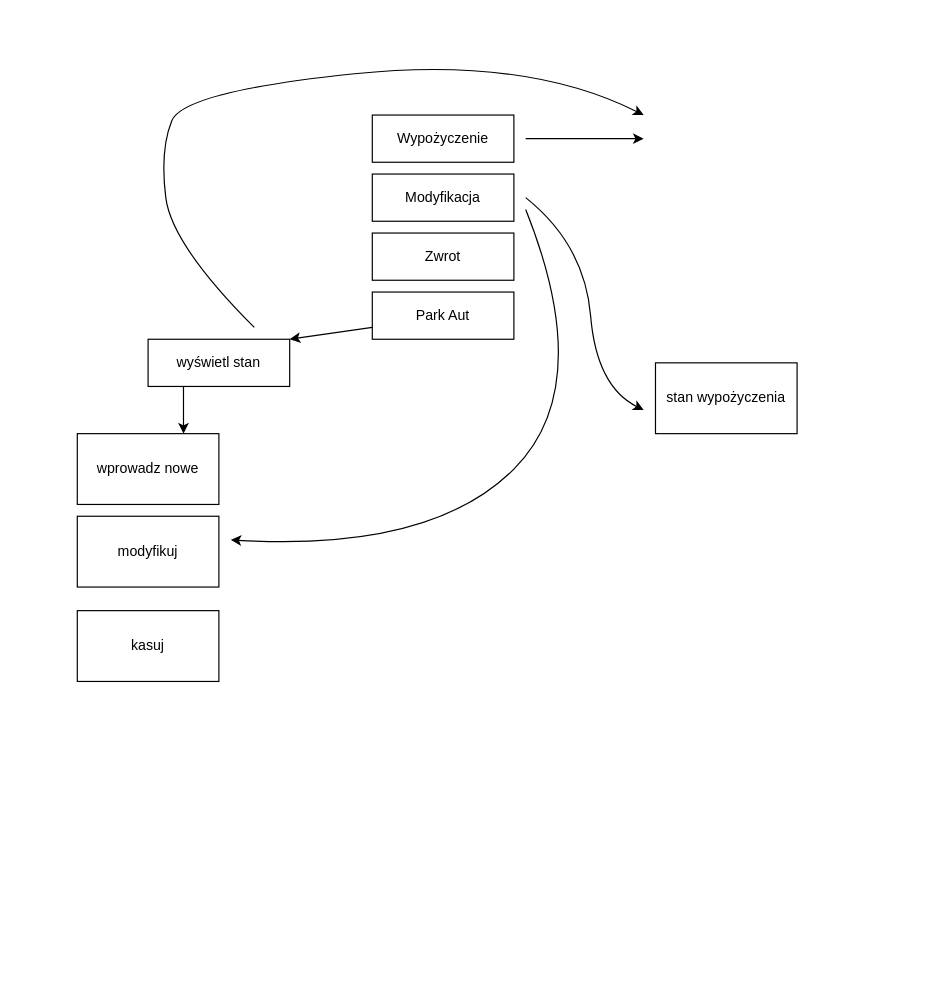
Above: WYpozyczalnia_diagram.drawio in darkhir/project_room_8 (draw.io), before the change. Source tidied: cells renumbered, new cells numbered last; positions are measured from the earlier drawing's top-left corner, leaving out a move shared by most shapes. Both pictures are drawn from the tidied source at 118%, with x=0, y=0 at pixel (77, 55).
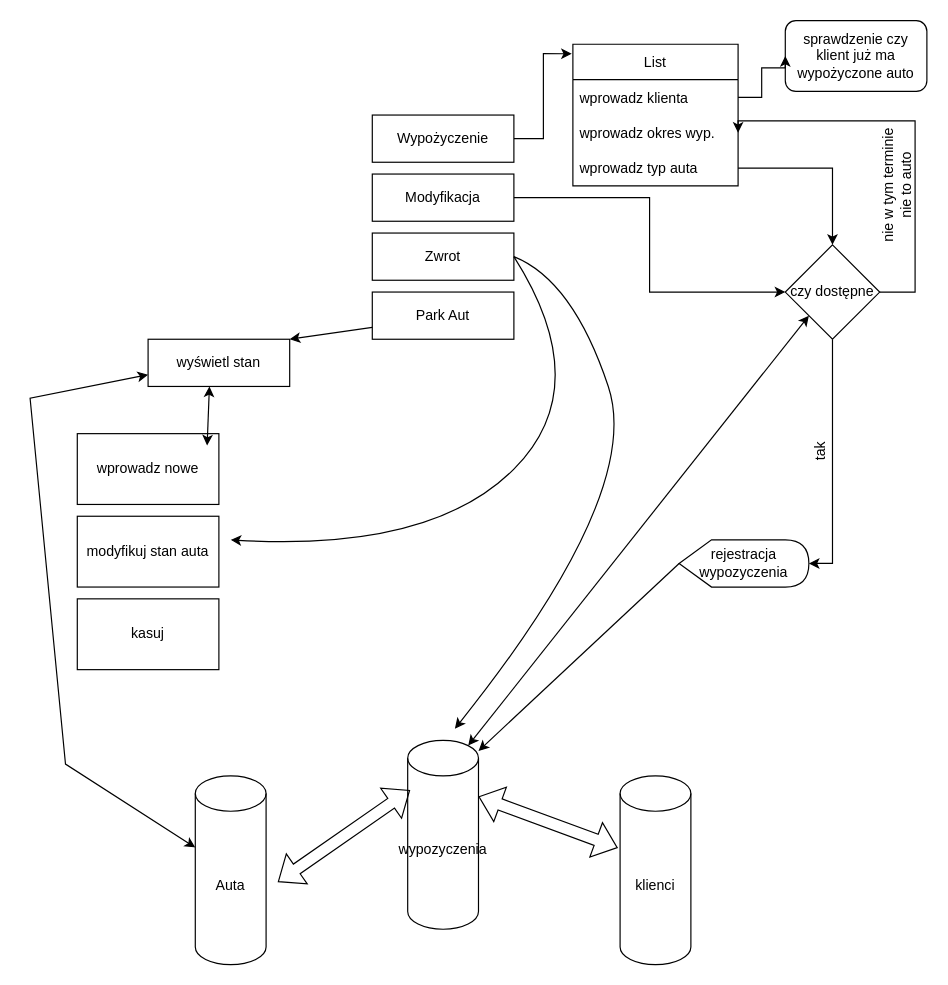
After the change.

Unchanged cells that the change refers to:
```xml
<mxCell id="2" value="Wypożyczenie" style="rounded=0;whiteSpace=wrap;html=1;" parent="1" vertex="1">
  <mxGeometry x="250" y="50" width="120" height="40" as="geometry" />
</mxCell>
<mxCell id="3" value="Modyfikacja" style="rounded=0;whiteSpace=wrap;html=1;" parent="1" vertex="1">
  <mxGeometry x="250" y="100" width="120" height="40" as="geometry" />
</mxCell>
<mxCell id="4" value="Zwrot" style="rounded=0;whiteSpace=wrap;html=1;" parent="1" vertex="1">
  <mxGeometry x="250" y="150" width="120" height="40" as="geometry" />
</mxCell>
<mxCell id="7" value="wyświetl stan" style="rounded=0;whiteSpace=wrap;html=1;" parent="1" vertex="1">
  <mxGeometry x="60" y="240" width="120" height="40" as="geometry" />
</mxCell>
<mxCell id="8" value="wprowadz nowe" style="rounded=0;whiteSpace=wrap;html=1;" parent="1" vertex="1">
  <mxGeometry y="320" width="120" height="60" as="geometry" />
</mxCell>
```

The edit, as a diff of the source:
```diff
@@
+    <mxCell id="17" style="edgeStyle=orthogonalEdgeStyle;rounded=0;jettySize=auto;html=1;exitX=1;exitY=0.5;exitDx=0;exitDy=0;entryX=-0.007;entryY=0.067;entryDx=0;entryDy=0;entryPerimeter=0;" parent="1" edge="1" source="2" target="22">
+      <mxGeometry relative="1" as="geometry" />
+    </mxCell>
@@
+    <mxCell id="18" style="edgeStyle=orthogonalEdgeStyle;rounded=0;jettySize=auto;html=1;exitX=1;exitY=0.5;exitDx=0;exitDy=0;entryX=0;entryY=0.5;entryDx=0;entryDy=0;" parent="1" edge="1" source="3" target="29">
+      <mxGeometry relative="1" as="geometry" />
+    </mxCell>
@@
-    <mxCell id="6" style="endArrow=classic;html=1;rounded=0;" parent="1" edge="1">
-      <mxGeometry relative="1" as="geometry">
-        <mxPoint x="380" y="70" as="sourcePoint" />
-        <mxPoint x="480" y="70" as="targetPoint" />
-      </mxGeometry>
-    </mxCell>
@@
-    <mxCell id="9" value="modyfikuj" style="rounded=0;whiteSpace=wrap;html=1;" parent="1" vertex="1">
+    <mxCell id="9" value="modyfikuj stan auta" style="rounded=0;whiteSpace=wrap;html=1;" parent="1" vertex="1">
       <mxGeometry y="390" width="120" height="60" as="geometry" />
     </mxCell>
     <mxCell id="10" value="kasuj" style="rounded=0;whiteSpace=wrap;html=1;" parent="1" vertex="1">
-      <mxGeometry y="470" width="120" height="60" as="geometry" />
+      <mxGeometry y="460" width="120" height="60" as="geometry" />
     </mxCell>
@@
-    <mxCell id="12" style="endArrow=classic;html=1;rounded=0;entryX=0.75;entryY=0;entryDx=0;entryDy=0;exitX=0.25;exitY=1;exitDx=0;exitDy=0;" parent="1" edge="1" source="7" target="8">
-      <mxGeometry relative="1" as="geometry" />
-    </mxCell>
-    <mxCell id="13" style="curved=1;endArrow=classic;html=1;rounded=0;" parent="1" edge="1">
-      <mxGeometry relative="1" as="geometry">
-        <mxPoint x="150" y="230" as="sourcePoint" />
-        <mxPoint x="480" y="50" as="targetPoint" />
-        <Array as="points">
-          <mxPoint x="80" y="160" />
-          <mxPoint x="70" y="80" />
-          <mxPoint x="90" y="30" />
-          <mxPoint x="380" />
-        </Array>
-      </mxGeometry>
-    </mxCell>
     <mxCell id="14" style="curved=1;endArrow=classic;html=1;rounded=0;" parent="1" edge="1">
       <mxGeometry relative="1" as="geometry">
-        <mxPoint x="380" y="130" as="sourcePoint" />
+        <mxPoint x="370" y="170" as="sourcePoint" />
         <mxPoint x="130" y="410" as="targetPoint" />
         <Array as="points">
           <mxPoint x="440" y="280" />
           <mxPoint x="300" y="420" />
         </Array>
       </mxGeometry>
     </mxCell>
-    <mxCell id="15" value="stan wypożyczenia" style="rounded=0;whiteSpace=wrap;html=1;" parent="1" vertex="1">
-      <mxGeometry x="490" y="260" width="120" height="60" as="geometry" />
-    </mxCell>
-    <mxCell id="16" style="curved=1;endArrow=classic;html=1;rounded=0;" parent="1" edge="1">
-      <mxGeometry relative="1" as="geometry">
-        <mxPoint x="380" y="120" as="sourcePoint" />
-        <mxPoint x="480" y="300" as="targetPoint" />
-        <Array as="points">
-          <mxPoint x="430" y="160" />
-          <mxPoint x="440" y="280" />
-        </Array>
-      </mxGeometry>
-    </mxCell>
+    <mxCell id="19" value="Auta" style="shape=cylinder3;whiteSpace=wrap;html=1;boundedLbl=1;backgroundOutline=1;size=15;" parent="1" vertex="1">
+      <mxGeometry x="100" y="610" width="60" height="160" as="geometry" />
+    </mxCell>
+    <mxCell id="20" value="wypozyczenia" style="shape=cylinder3;whiteSpace=wrap;html=1;boundedLbl=1;backgroundOutline=1;size=15;" parent="1" vertex="1">
+      <mxGeometry x="280" y="580" width="60" height="160" as="geometry" />
+    </mxCell>
+    <mxCell id="21" value="klienci" style="shape=cylinder3;whiteSpace=wrap;html=1;boundedLbl=1;backgroundOutline=1;size=15;" parent="1" vertex="1">
+      <mxGeometry x="460" y="610" width="60" height="160" as="geometry" />
+    </mxCell>
+    <mxCell id="22" value="List" style="swimlane;fontStyle=0;horizontal=1;startSize=30;" parent="1" vertex="1">
+      <mxGeometry x="420" y="-10" width="140" height="120" as="geometry" />
+    </mxCell>
+    <mxCell id="23" value="wprowadz klienta" style="text;strokeColor=none;fillColor=none;align=left;verticalAlign=middle;spacingLeft=4;spacingRight=4;overflow=hidden;" parent="22" vertex="1">
+      <mxGeometry y="30" width="140" height="30" as="geometry" />
+    </mxCell>
+    <mxCell id="24" value="wprowadz okres wyp." style="text;strokeColor=none;fillColor=none;align=left;verticalAlign=middle;spacingLeft=4;spacingRight=4;overflow=hidden;points=[[0,0.5],[1,0.5]];portConstraint=eastwest;" parent="22" vertex="1">
+      <mxGeometry y="60" width="140" height="30" as="geometry" />
+    </mxCell>
+    <mxCell id="25" value="wprowadz typ auta" style="text;strokeColor=none;fillColor=none;align=left;verticalAlign=middle;spacingLeft=4;spacingRight=4;overflow=hidden;points=[[0,0.5],[1,0.5]];portConstraint=eastwest;" parent="22" vertex="1">
+      <mxGeometry y="90" width="140" height="30" as="geometry" />
+    </mxCell>
+    <mxCell id="26" style="edgeStyle=orthogonalEdgeStyle;rounded=0;jettySize=auto;html=1;exitX=1;exitY=0.5;exitDx=0;exitDy=0;entryX=0.5;entryY=0;entryDx=0;entryDy=0;" parent="1" edge="1" source="25" target="29">
+      <mxGeometry relative="1" as="geometry" />
+    </mxCell>
+    <mxCell id="27" style="edgeStyle=orthogonalEdgeStyle;rounded=0;jettySize=auto;html=1;entryX=1;entryY=0.5;entryDx=0;entryDy=0;" parent="1" edge="1" source="29" target="24">
+      <mxGeometry relative="1" as="geometry">
+        <Array as="points">
+          <mxPoint x="710" y="200" />
+          <mxPoint x="710" y="55" />
+        </Array>
+      </mxGeometry>
+    </mxCell>
+    <mxCell id="28" style="edgeStyle=orthogonalEdgeStyle;rounded=0;jettySize=auto;html=1;exitX=0.5;exitY=1;exitDx=0;exitDy=0;entryX=1;entryY=0.5;entryDx=0;entryDy=0;entryPerimeter=0;" parent="1" edge="1" source="29" target="34">
+      <mxGeometry relative="1" as="geometry" />
+    </mxCell>
+    <mxCell id="29" value="czy dostępne" style="rhombus;whiteSpace=wrap;html=1;" parent="1" vertex="1">
+      <mxGeometry x="600" y="160" width="80" height="80" as="geometry" />
+    </mxCell>
+    <mxCell id="30" value="nie w tym terminie&lt;br&gt;nie to auto&lt;br&gt;" style="text;html=1;align=center;verticalAlign=middle;strokeColor=none;fillColor=none;rotation=-90;" parent="1" vertex="1">
+      <mxGeometry x="640" y="95" width="110" height="30" as="geometry" />
+    </mxCell>
+    <mxCell id="31" style="endArrow=classic;startArrow=classic;html=1;rounded=0;exitX=0.855;exitY=0;exitDx=0;exitDy=4.35;exitPerimeter=0;" parent="1" edge="1" source="20">
+      <mxGeometry relative="1" as="geometry">
+        <mxPoint x="620" y="220" as="targetPoint" />
+      </mxGeometry>
+    </mxCell>
+    <mxCell id="32" value="sprawdzenie czy klient już ma&lt;br&gt;wypożyczone auto" style="rounded=1;whiteSpace=wrap;html=1;" parent="1" vertex="1">
+      <mxGeometry x="600" y="-30" width="120" height="60" as="geometry" />
+    </mxCell>
+    <mxCell id="33" style="edgeStyle=orthogonalEdgeStyle;rounded=0;jettySize=auto;html=1;entryX=0;entryY=0.5;entryDx=0;entryDy=0;" parent="1" edge="1" target="32">
+      <mxGeometry relative="1" as="geometry">
+        <mxPoint x="560" y="35" as="sourcePoint" />
+        <Array as="points">
+          <mxPoint x="580" y="35" />
+          <mxPoint x="580" y="10" />
+          <mxPoint x="600" y="10" />
+        </Array>
+      </mxGeometry>
+    </mxCell>
+    <mxCell id="34" value="rejestracja&lt;br&gt;wypozyczenia" style="shape=display;whiteSpace=wrap;html=1;" parent="1" vertex="1">
+      <mxGeometry x="510" y="410" width="110" height="40" as="geometry" />
+    </mxCell>
+    <mxCell id="35" style="endArrow=classic;html=1;rounded=0;entryX=1;entryY=0.056;entryDx=0;entryDy=0;entryPerimeter=0;exitX=0;exitY=0.5;exitDx=0;exitDy=0;exitPerimeter=0;" parent="1" edge="1" source="34" target="20">
+      <mxGeometry relative="1" as="geometry" />
+    </mxCell>
+    <mxCell id="36" value="tak" style="text;html=1;strokeColor=none;fillColor=none;align=center;verticalAlign=middle;whiteSpace=wrap;rounded=0;rotation=-90;" parent="1" vertex="1">
+      <mxGeometry x="600" y="320" width="60" height="30" as="geometry" />
+    </mxCell>
+    <mxCell id="37" style="curved=1;endArrow=classic;html=1;rounded=0;exitX=1;exitY=0.5;exitDx=0;exitDy=0;" parent="1" edge="1" source="4">
+      <mxGeometry relative="1" as="geometry">
+        <mxPoint x="320" y="570" as="targetPoint" />
+        <Array as="points">
+          <mxPoint x="420" y="190" />
+          <mxPoint x="480" y="370" />
+        </Array>
+      </mxGeometry>
+    </mxCell>
+    <mxCell id="38" style="endArrow=classic;startArrow=classic;html=1;rounded=0;entryX=0;entryY=0.75;entryDx=0;entryDy=0;" parent="1" edge="1" source="19" target="7">
+      <mxGeometry relative="1" as="geometry">
+        <Array as="points">
+          <mxPoint x="-10" y="600" />
+          <mxPoint x="-40" y="290" />
+        </Array>
+      </mxGeometry>
+    </mxCell>
+    <mxCell id="39" style="endArrow=classic;startArrow=classic;html=1;rounded=0;entryX=0.433;entryY=1;entryDx=0;entryDy=0;entryPerimeter=0;exitX=0.917;exitY=0.167;exitDx=0;exitDy=0;exitPerimeter=0;" parent="1" edge="1" source="8" target="7">
+      <mxGeometry relative="1" as="geometry" />
+    </mxCell>
+    <mxCell id="40" style="shape=flexArrow;endArrow=classic;startArrow=classic;html=1;rounded=0;entryX=0.033;entryY=0.263;entryDx=0;entryDy=0;entryPerimeter=0;" parent="1" edge="1" target="20">
+      <mxGeometry relative="1" as="geometry">
+        <mxPoint x="170" y="700" as="sourcePoint" />
+      </mxGeometry>
+    </mxCell>
+    <mxCell id="41" style="shape=flexArrow;endArrow=classic;startArrow=classic;html=1;rounded=0;exitX=1;exitY=0;exitDx=0;exitDy=47.5;exitPerimeter=0;entryX=-0.033;entryY=0.381;entryDx=0;entryDy=0;entryPerimeter=0;" parent="1" edge="1" source="20" target="21">
+      <mxGeometry relative="1" as="geometry" />
+    </mxCell>
```
